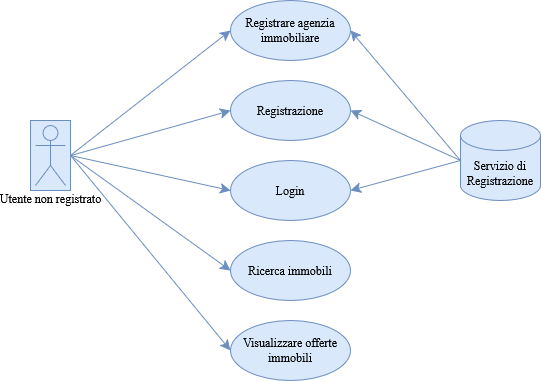
Above: diagrammi/UseCase-Utente non registrato.drawio.png in Sperob98/Documentazione-DietiEstates25 (draw.io), before the change. Source tidied: cells renumbered, new cells last; positions are measured from the earlier drawing's top-left corner, leaving out a move shared by most shapes. The source it was exported from:
```xml
<mxGraphModel>
  <root>
    <mxCell id="0" />
    <mxCell id="1" parent="0" />
    <mxCell id="2" style="edgeStyle=none;curved=1;rounded=0;jettySize=auto;html=1;exitX=1;exitY=0.5;exitDx=0;exitDy=0;entryX=0;entryY=0.5;entryDx=0;entryDy=0;fontSize=12;startSize=8;endSize=8;fillColor=#dae8fc;strokeColor=#6c8ebf;" parent="1" edge="1" source="6" target="8">
      <mxGeometry relative="1" as="geometry" />
    </mxCell>
    <mxCell id="3" style="edgeStyle=none;curved=1;rounded=0;jettySize=auto;html=1;exitX=1;exitY=0.5;exitDx=0;exitDy=0;entryX=0;entryY=0.5;entryDx=0;entryDy=0;fontSize=12;startSize=8;endSize=8;fillColor=#dae8fc;strokeColor=#6c8ebf;" parent="1" edge="1" source="6" target="9">
      <mxGeometry relative="1" as="geometry" />
    </mxCell>
    <mxCell id="4" style="edgeStyle=none;curved=1;rounded=0;jettySize=auto;html=1;exitX=1;exitY=0.5;exitDx=0;exitDy=0;entryX=0;entryY=0.5;entryDx=0;entryDy=0;fontSize=12;startSize=8;endSize=8;fillColor=#dae8fc;strokeColor=#6c8ebf;" parent="1" edge="1" source="6" target="10">
      <mxGeometry relative="1" as="geometry" />
    </mxCell>
    <mxCell id="5" style="edgeStyle=none;curved=1;rounded=0;jettySize=auto;html=1;exitX=1;exitY=0.5;exitDx=0;exitDy=0;entryX=0;entryY=0.5;entryDx=0;entryDy=0;fontSize=12;startSize=8;endSize=8;fillColor=#dae8fc;strokeColor=#6c8ebf;" parent="1" edge="1" source="6" target="12">
      <mxGeometry relative="1" as="geometry" />
    </mxCell>
    <mxCell id="6" style="rounded=0;whiteSpace=wrap;html=1;fillColor=#dae8fc;strokeColor=#6c8ebf;" parent="1" vertex="1">
      <mxGeometry y="120" width="40" height="70" as="geometry" />
    </mxCell>
    <mxCell id="7" value="Utente non registrato" style="shape=umlActor;verticalLabelPosition=bottom;verticalAlign=top;html=1;rounded=0;fillColor=#dae8fc;strokeColor=#6c8ebf;" parent="1" vertex="1">
      <mxGeometry x="5" y="125" width="30" height="60" as="geometry" />
    </mxCell>
    <mxCell id="8" value="Registrare agenzia immobiliare" style="ellipse;whiteSpace=wrap;html=1;rounded=0;fillColor=#dae8fc;strokeColor=#6c8ebf;" parent="1" vertex="1">
      <mxGeometry x="200" width="120" height="60" as="geometry" />
    </mxCell>
    <mxCell id="9" value="Registrazione" style="ellipse;whiteSpace=wrap;html=1;rounded=0;fillColor=#dae8fc;strokeColor=#6c8ebf;" parent="1" vertex="1">
      <mxGeometry x="200" y="80" width="120" height="60" as="geometry" />
    </mxCell>
    <mxCell id="10" value="Login" style="ellipse;whiteSpace=wrap;html=1;rounded=0;fillColor=#dae8fc;strokeColor=#6c8ebf;" parent="1" vertex="1">
      <mxGeometry x="200" y="160" width="120" height="60" as="geometry" />
    </mxCell>
    <mxCell id="11" value="Ricerca immobili" style="ellipse;whiteSpace=wrap;html=1;rounded=0;fillColor=#dae8fc;strokeColor=#6c8ebf;" parent="1" vertex="1">
      <mxGeometry x="200" y="240" width="120" height="60" as="geometry" />
    </mxCell>
    <mxCell id="12" value="Visualizzare offerte immobili" style="ellipse;whiteSpace=wrap;html=1;rounded=0;fillColor=#dae8fc;strokeColor=#6c8ebf;" parent="1" vertex="1">
      <mxGeometry x="200" y="320" width="120" height="60" as="geometry" />
    </mxCell>
    <mxCell id="13" style="edgeStyle=none;curved=1;rounded=0;jettySize=auto;html=1;exitX=0;exitY=0.5;exitDx=0;exitDy=0;exitPerimeter=0;entryX=1;entryY=0.5;entryDx=0;entryDy=0;fontSize=12;startSize=8;endSize=8;fillColor=#dae8fc;strokeColor=#6c8ebf;" parent="1" edge="1" source="16" target="8">
      <mxGeometry relative="1" as="geometry" />
    </mxCell>
    <mxCell id="14" style="edgeStyle=none;curved=1;rounded=0;jettySize=auto;html=1;exitX=0;exitY=0.5;exitDx=0;exitDy=0;exitPerimeter=0;entryX=1;entryY=0.5;entryDx=0;entryDy=0;fontSize=12;startSize=8;endSize=8;fillColor=#dae8fc;strokeColor=#6c8ebf;" parent="1" edge="1" source="16" target="9">
      <mxGeometry relative="1" as="geometry" />
    </mxCell>
    <mxCell id="15" style="edgeStyle=none;curved=1;rounded=0;jettySize=auto;html=1;exitX=0;exitY=0.5;exitDx=0;exitDy=0;exitPerimeter=0;entryX=1;entryY=0.5;entryDx=0;entryDy=0;fontSize=12;startSize=8;endSize=8;fillColor=#dae8fc;strokeColor=#6c8ebf;" parent="1" edge="1" source="16" target="10">
      <mxGeometry relative="1" as="geometry" />
    </mxCell>
    <mxCell id="16" value="Servizio di Registrazione" style="shape=cylinder3;whiteSpace=wrap;html=1;boundedLbl=1;backgroundOutline=1;size=15;rounded=0;fillColor=#dae8fc;strokeColor=#6c8ebf;" parent="1" vertex="1">
      <mxGeometry x="430" y="120" width="80" height="80" as="geometry" />
    </mxCell>
    <mxCell id="17" style="edgeStyle=none;curved=1;rounded=0;jettySize=auto;html=1;exitX=1;exitY=0.5;exitDx=0;exitDy=0;fontSize=12;startSize=8;endSize=8;entryX=0;entryY=0.5;entryDx=0;entryDy=0;fillColor=#dae8fc;strokeColor=#6c8ebf;" parent="1" edge="1" source="6" target="11">
      <mxGeometry relative="1" as="geometry" />
    </mxCell>
  </root>
</mxGraphModel>
```
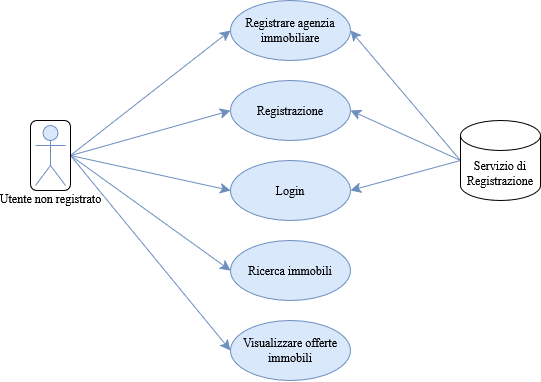
The same file after the commit.

Change to the diagram source:
```diff
@@ -2,24 +2,18 @@
   <root>
     <mxCell id="0" />
     <mxCell id="1" parent="0" />
-    <mxCell id="2" style="edgeStyle=none;curved=1;rounded=0;jettySize=auto;html=1;exitX=1;exitY=0.5;exitDx=0;exitDy=0;entryX=0;entryY=0.5;entryDx=0;entryDy=0;fontSize=12;startSize=8;endSize=8;fillColor=#dae8fc;strokeColor=#6c8ebf;" parent="1" edge="1" source="6" target="8">
+    <mxCell id="2" style="edgeStyle=none;curved=1;rounded=0;jettySize=auto;html=1;exitX=1;exitY=0.5;exitDx=0;exitDy=0;entryX=0;entryY=0.5;entryDx=0;entryDy=0;fontSize=12;startSize=8;endSize=8;fillColor=#dae8fc;strokeColor=#6c8ebf;" parent="1" edge="1" source="18" target="8">
       <mxGeometry relative="1" as="geometry" />
     </mxCell>
-    <mxCell id="3" style="edgeStyle=none;curved=1;rounded=0;jettySize=auto;html=1;exitX=1;exitY=0.5;exitDx=0;exitDy=0;entryX=0;entryY=0.5;entryDx=0;entryDy=0;fontSize=12;startSize=8;endSize=8;fillColor=#dae8fc;strokeColor=#6c8ebf;" parent="1" edge="1" source="6" target="9">
+    <mxCell id="3" style="edgeStyle=none;curved=1;rounded=0;jettySize=auto;html=1;exitX=1;exitY=0.5;exitDx=0;exitDy=0;entryX=0;entryY=0.5;entryDx=0;entryDy=0;fontSize=12;startSize=8;endSize=8;fillColor=#dae8fc;strokeColor=#6c8ebf;" parent="1" edge="1" source="18" target="9">
       <mxGeometry relative="1" as="geometry" />
     </mxCell>
-    <mxCell id="4" style="edgeStyle=none;curved=1;rounded=0;jettySize=auto;html=1;exitX=1;exitY=0.5;exitDx=0;exitDy=0;entryX=0;entryY=0.5;entryDx=0;entryDy=0;fontSize=12;startSize=8;endSize=8;fillColor=#dae8fc;strokeColor=#6c8ebf;" parent="1" edge="1" source="6" target="10">
+    <mxCell id="4" style="edgeStyle=none;curved=1;rounded=0;jettySize=auto;html=1;exitX=1;exitY=0.5;exitDx=0;exitDy=0;entryX=0;entryY=0.5;entryDx=0;entryDy=0;fontSize=12;startSize=8;endSize=8;fillColor=#dae8fc;strokeColor=#6c8ebf;" parent="1" edge="1" source="18" target="10">
       <mxGeometry relative="1" as="geometry" />
     </mxCell>
-    <mxCell id="5" style="edgeStyle=none;curved=1;rounded=0;jettySize=auto;html=1;exitX=1;exitY=0.5;exitDx=0;exitDy=0;entryX=0;entryY=0.5;entryDx=0;entryDy=0;fontSize=12;startSize=8;endSize=8;fillColor=#dae8fc;strokeColor=#6c8ebf;" parent="1" edge="1" source="6" target="12">
+    <mxCell id="5" style="edgeStyle=none;curved=1;rounded=0;jettySize=auto;html=1;exitX=1;exitY=0.5;exitDx=0;exitDy=0;entryX=0;entryY=0.5;entryDx=0;entryDy=0;fontSize=12;startSize=8;endSize=8;fillColor=#dae8fc;strokeColor=#6c8ebf;" parent="1" edge="1" source="18" target="12">
       <mxGeometry relative="1" as="geometry" />
     </mxCell>
-    <mxCell id="6" style="rounded=0;whiteSpace=wrap;html=1;fillColor=#dae8fc;strokeColor=#6c8ebf;" parent="1" vertex="1">
-      <mxGeometry y="120" width="40" height="70" as="geometry" />
-    </mxCell>
-    <mxCell id="7" value="Utente non registrato" style="shape=umlActor;verticalLabelPosition=bottom;verticalAlign=top;html=1;rounded=0;fillColor=#dae8fc;strokeColor=#6c8ebf;" parent="1" vertex="1">
-      <mxGeometry x="5" y="125" width="30" height="60" as="geometry" />
-    </mxCell>
     <mxCell id="8" value="Registrare agenzia immobiliare" style="ellipse;whiteSpace=wrap;html=1;rounded=0;fillColor=#dae8fc;strokeColor=#6c8ebf;" parent="1" vertex="1">
       <mxGeometry x="200" width="120" height="60" as="geometry" />
     </mxCell>
@@ -44,11 +38,17 @@
     <mxCell id="15" style="edgeStyle=none;curved=1;rounded=0;jettySize=auto;html=1;exitX=0;exitY=0.5;exitDx=0;exitDy=0;exitPerimeter=0;entryX=1;entryY=0.5;entryDx=0;entryDy=0;fontSize=12;startSize=8;endSize=8;fillColor=#dae8fc;strokeColor=#6c8ebf;" parent="1" edge="1" source="16" target="10">
       <mxGeometry relative="1" as="geometry" />
     </mxCell>
-    <mxCell id="16" value="Servizio di Registrazione" style="shape=cylinder3;whiteSpace=wrap;html=1;boundedLbl=1;backgroundOutline=1;size=15;rounded=0;fillColor=#dae8fc;strokeColor=#6c8ebf;" parent="1" vertex="1">
+    <mxCell id="16" value="Servizio di Registrazione" style="shape=cylinder3;whiteSpace=wrap;html=1;boundedLbl=1;backgroundOutline=1;size=15;rounded=0;" parent="1" vertex="1">
       <mxGeometry x="430" y="120" width="80" height="80" as="geometry" />
     </mxCell>
-    <mxCell id="17" style="edgeStyle=none;curved=1;rounded=0;jettySize=auto;html=1;exitX=1;exitY=0.5;exitDx=0;exitDy=0;fontSize=12;startSize=8;endSize=8;entryX=0;entryY=0.5;entryDx=0;entryDy=0;fillColor=#dae8fc;strokeColor=#6c8ebf;" parent="1" edge="1" source="6" target="11">
+    <mxCell id="17" style="edgeStyle=none;curved=1;rounded=0;jettySize=auto;html=1;exitX=1;exitY=0.5;exitDx=0;exitDy=0;fontSize=12;startSize=8;endSize=8;entryX=0;entryY=0.5;entryDx=0;entryDy=0;fillColor=#dae8fc;strokeColor=#6c8ebf;" parent="1" edge="1" source="18" target="11">
       <mxGeometry relative="1" as="geometry" />
     </mxCell>
+    <mxCell id="18" style="rounded=1;whiteSpace=wrap;html=1;" parent="1" vertex="1">
+      <mxGeometry y="120" width="40" height="70" as="geometry" />
+    </mxCell>
+    <mxCell id="7" value="Utente non registrato" style="shape=umlActor;verticalLabelPosition=bottom;verticalAlign=top;html=1;rounded=0;fillColor=#dae8fc;strokeColor=#6c8ebf;" parent="1" vertex="1">
+      <mxGeometry x="5" y="125" width="30" height="60" as="geometry" />
+    </mxCell>
   </root>
 </mxGraphModel>
```
